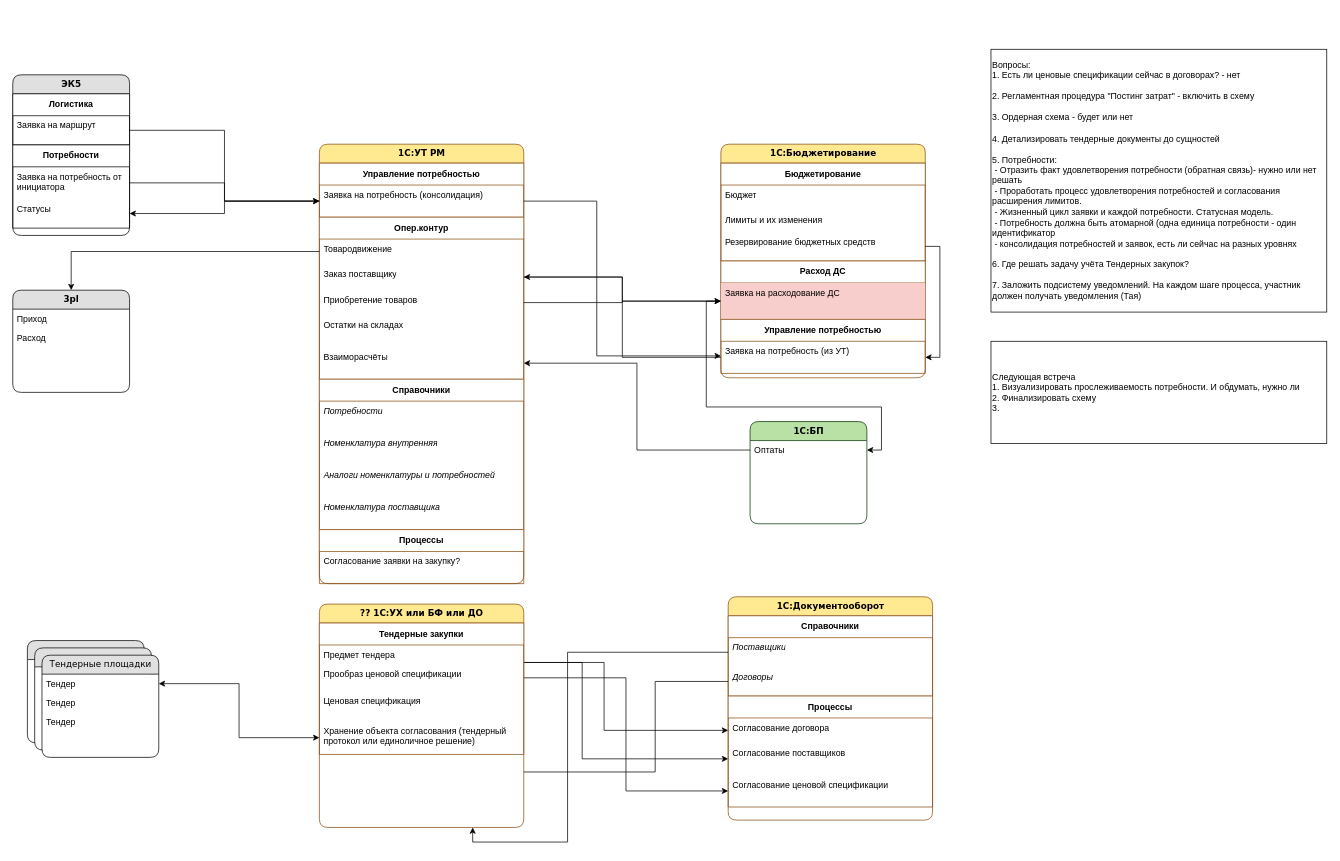
mih-ap/dwaw.io keeps this draw.io diagram as Диаграмма без названия.drawio. Above is the earlier version. Source tidied: cells renumbered, new cells numbered last; positions are measured from the earlier drawing's top-left corner, leaving out a move shared by most shapes. Both pictures are drawn from the tidied source at 73%, with x=0, y=0 at pixel (12, 49).
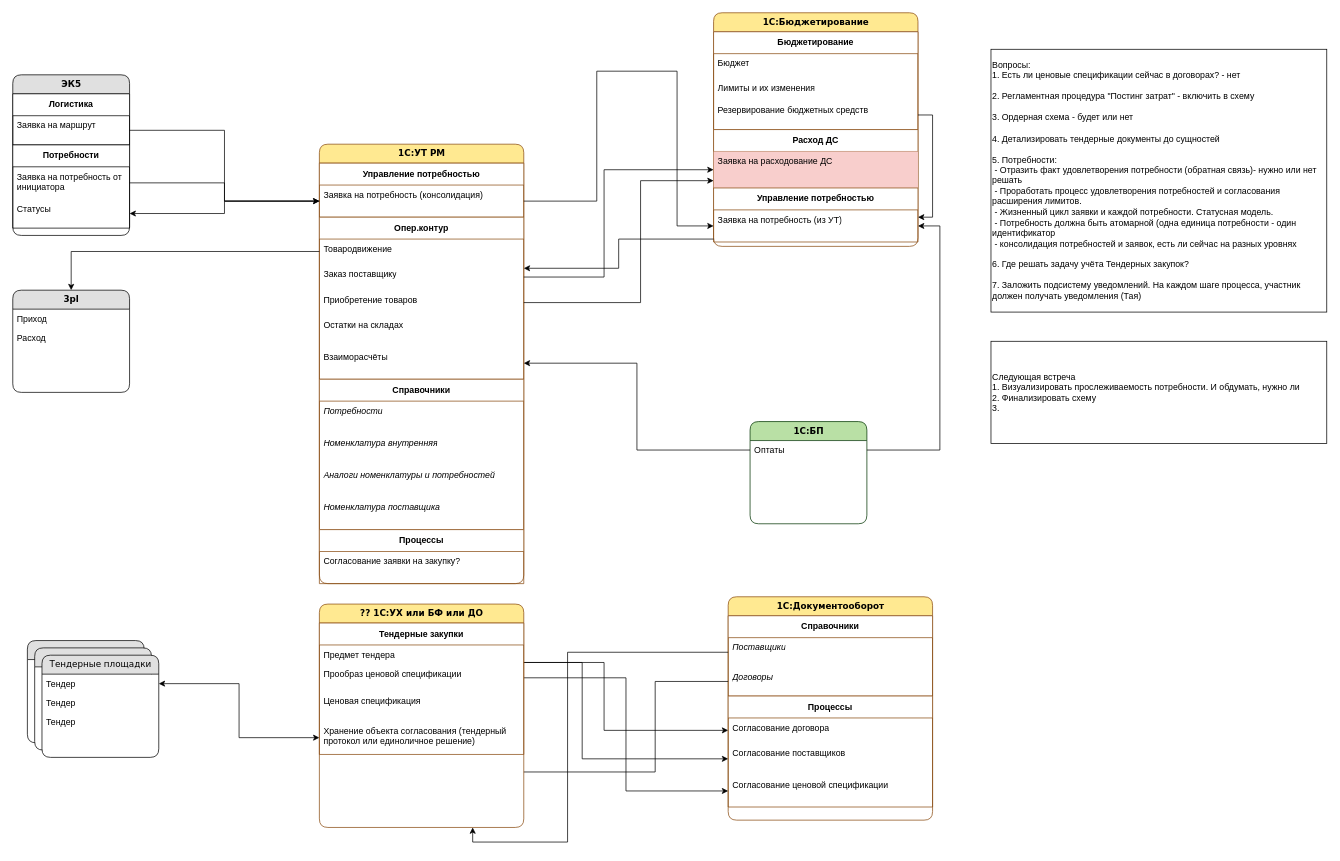
The same diagram, later.

Unchanged cells that the change refers to:
```xml
<mxCell id="5" value="Заявка на потребность (консолидация)" style="text;html=1;strokeColor=none;fillColor=none;spacingLeft=4;spacingRight=4;whiteSpace=wrap;overflow=hidden;points=[[0,0.5],[1,0.5]];portConstraint=eastwest;" parent="4" vertex="1">
  <mxGeometry y="30" width="280" height="44" as="geometry" />
</mxCell>
<mxCell id="8" value="Заказ поставщику" style="text;html=1;strokeColor=none;fillColor=none;spacingLeft=4;spacingRight=4;whiteSpace=wrap;overflow=hidden;points=[[0,0.5],[1,0.5]];portConstraint=eastwest;" parent="6" vertex="1">
  <mxGeometry y="64" width="280" height="36" as="geometry" />
</mxCell>
<mxCell id="9" value="Приобретение товаров" style="text;html=1;strokeColor=none;fillColor=none;spacingLeft=4;spacingRight=4;whiteSpace=wrap;overflow=hidden;points=[[0,0.5],[1,0.5]];portConstraint=eastwest;" parent="6" vertex="1">
  <mxGeometry y="100" width="280" height="34" as="geometry" />
</mxCell>
<mxCell id="23" value="Резервирование бюджетных средств" style="text;html=1;strokeColor=none;fillColor=none;spacingLeft=4;spacingRight=4;whiteSpace=wrap;overflow=hidden;points=[[0,0.5],[1,0.5]];portConstraint=eastwest;" parent="20" vertex="1">
  <mxGeometry y="94" width="280" height="40" as="geometry" />
</mxCell>
<mxCell id="25" value="Заявка на расходование ДС" style="text;html=1;strokeColor=none;fillColor=#F8CECC;spacingLeft=4;spacingRight=4;whiteSpace=wrap;overflow=hidden;points=[[0,0.5],[1,0.5]];portConstraint=eastwest;" parent="24" vertex="1">
  <mxGeometry y="30" width="280" height="50" as="geometry" />
</mxCell>
<mxCell id="27" value="Заявка на потребность (из УТ)" style="text;html=1;strokeColor=none;fillColor=none;spacingLeft=4;spacingRight=4;whiteSpace=wrap;overflow=hidden;points=[[0,0.5],[1,0.5]];portConstraint=eastwest;" parent="26" vertex="1">
  <mxGeometry y="30" width="280" height="44" as="geometry" />
</mxCell>
<mxCell id="36" value="Оптаты" style="text;html=1;strokeColor=none;fillColor=none;spacingLeft=4;spacingRight=4;whiteSpace=wrap;overflow=hidden;points=[[0,0.5],[1,0.5]];portConstraint=eastwest;" parent="35" vertex="1">
  <mxGeometry y="26" width="160" height="26" as="geometry" />
</mxCell>
```

The edit, as a diff of the source:
```diff
@@
     <mxCell id="19" value="1С:Бюджетирование" style="swimlane;html=1;fontStyle=1;horizontal=1;startSize=26;fillColor=#FFE991;swimlaneFillColor=#ffffff;align=center;rounded=1;shadow=0;comic=0;labelBackgroundColor=none;strokeWidth=1;fontFamily=Verdana;fontSize=12;strokeColor=#8B4D13;" parent="1" vertex="1">
-      <mxGeometry x="970" y="130" width="280" height="320" as="geometry" />
+      <mxGeometry x="960" y="-50" width="280" height="320" as="geometry" />
     </mxCell>
@@
     <mxCell id="28" style="edgeStyle=orthogonalEdgeStyle;rounded=0;jettySize=auto;html=1;exitX=1;exitY=0.5;exitDx=0;exitDy=0;" parent="19" edge="1" source="23" target="27">
-      <mxGeometry relative="1" as="geometry" />
+      <mxGeometry relative="1" as="geometry">
+        <Array as="points">
+          <mxPoint x="300" y="140" />
+          <mxPoint x="300" y="280" />
+        </Array>
+      </mxGeometry>
     </mxCell>
@@
-    <mxCell id="61" style="edgeStyle=orthogonalEdgeStyle;rounded=0;jettySize=auto;html=1;" parent="1" edge="1" source="5" target="27">
+    <mxCell id="61" style="edgeStyle=orthogonalEdgeStyle;rounded=0;jettySize=auto;html=1;entryX=0;entryY=0.5;entryDx=0;entryDy=0;" parent="1" edge="1" source="5" target="27">
       <mxGeometry relative="1" as="geometry">
         <Array as="points">
           <mxPoint x="800" y="208" />
-          <mxPoint x="800" y="420" />
+          <mxPoint x="800" y="30" />
+          <mxPoint x="910" y="30" />
+          <mxPoint x="910" y="242" />
         </Array>
       </mxGeometry>
     </mxCell>
     <mxCell id="62" style="edgeStyle=orthogonalEdgeStyle;rounded=0;jettySize=auto;html=1;" parent="1" edge="1" source="27" target="8">
-      <mxGeometry relative="1" as="geometry" />
+      <mxGeometry relative="1" as="geometry">
+        <Array as="points">
+          <mxPoint x="830" y="260" />
+          <mxPoint x="830" y="300" />
+        </Array>
+      </mxGeometry>
     </mxCell>
-    <mxCell id="63" style="edgeStyle=orthogonalEdgeStyle;rounded=0;jettySize=auto;html=1;" parent="1" edge="1" source="25" target="36">
-      <mxGeometry relative="1" as="geometry">
-        <Array as="points">
-          <mxPoint x="950" y="345" />
-          <mxPoint x="950" y="490" />
-          <mxPoint x="1190" y="490" />
-          <mxPoint x="1190" y="549" />
-        </Array>
-      </mxGeometry>
-    </mxCell>
     <mxCell id="64" style="edgeStyle=orthogonalEdgeStyle;rounded=0;jettySize=auto;html=1;" parent="1" edge="1" source="8" target="25">
-      <mxGeometry relative="1" as="geometry" />
+      <mxGeometry relative="1" as="geometry">
+        <Array as="points">
+          <mxPoint x="810" y="312" />
+          <mxPoint x="810" y="165" />
+        </Array>
+      </mxGeometry>
     </mxCell>
     <mxCell id="65" style="edgeStyle=orthogonalEdgeStyle;rounded=0;jettySize=auto;html=1;" parent="1" edge="1" source="9" target="25">
-      <mxGeometry relative="1" as="geometry" />
+      <mxGeometry relative="1" as="geometry">
+        <Array as="points">
+          <mxPoint x="860" y="347" />
+          <mxPoint x="860" y="180" />
+        </Array>
+      </mxGeometry>
     </mxCell>
@@
+    <mxCell id="79" style="edgeStyle=orthogonalEdgeStyle;rounded=0;jettySize=auto;html=1;" parent="1" edge="1" source="36" target="27">
+      <mxGeometry relative="1" as="geometry">
+        <Array as="points">
+          <mxPoint x="1270" y="549" />
+          <mxPoint x="1270" y="242" />
+        </Array>
+      </mxGeometry>
+    </mxCell>
```
